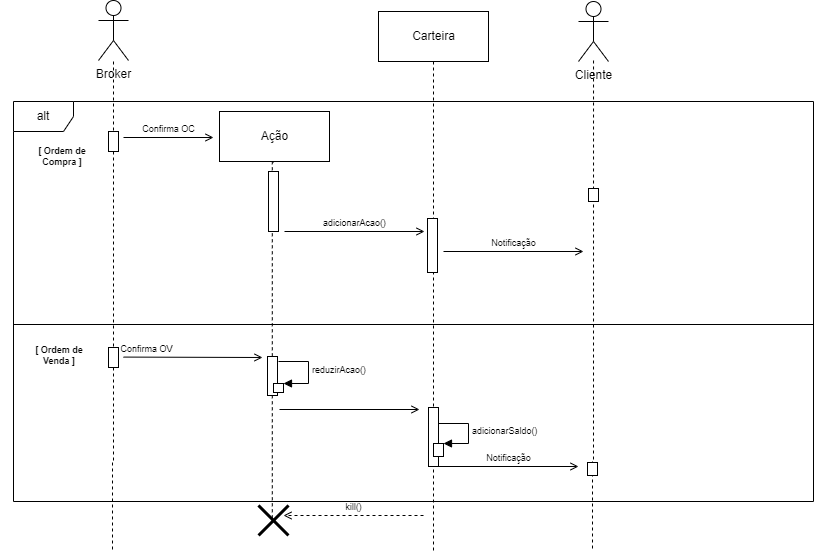
Before: MarketDiagramasDeSequencia/MarketSequencia04.drawio.png, a diagram exported from draw.io (EijiDogen/FEI_MDSMarket). Source tidied: cells renumbered, new cells last; positions are measured from the earlier drawing's top-left corner, leaving out a move shared by most shapes.
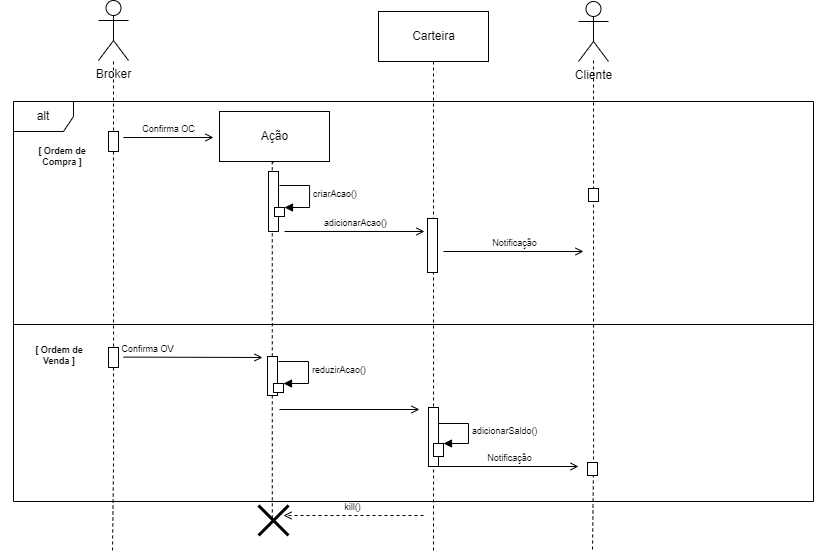
Above is the later version.

Diff of the diagram source:
```diff
@@ -104,6 +104,17 @@
         <mxPoint x="419" y="409" as="targetPoint" />
       </mxGeometry>
     </mxCell>
+    <mxCell id="37" style="html=1;points=[];perimeter=orthogonalPerimeter;" parent="14" vertex="1">
+      <mxGeometry x="274" y="207" width="10" height="9" as="geometry" />
+    </mxCell>
+    <mxCell id="38" value="criarAcao()" style="edgeStyle=orthogonalEdgeStyle;html=1;align=left;spacingLeft=2;endArrow=block;rounded=0;entryX=1;entryY=0;fontSize=9;" parent="14" edge="1" target="37">
+      <mxGeometry relative="1" as="geometry">
+        <mxPoint x="279" y="185" as="sourcePoint" />
+        <Array as="points">
+          <mxPoint x="309" y="185" />
+        </Array>
+      </mxGeometry>
+    </mxCell>
     <mxCell id="26" value="Messages" parent="0" />
     <mxCell id="27" value="Confirma OC" style="html=1;verticalAlign=bottom;endArrow=open;rounded=0;fontSize=9;endFill=0;" parent="26" edge="1">
       <mxGeometry relative="1" as="geometry">
```
